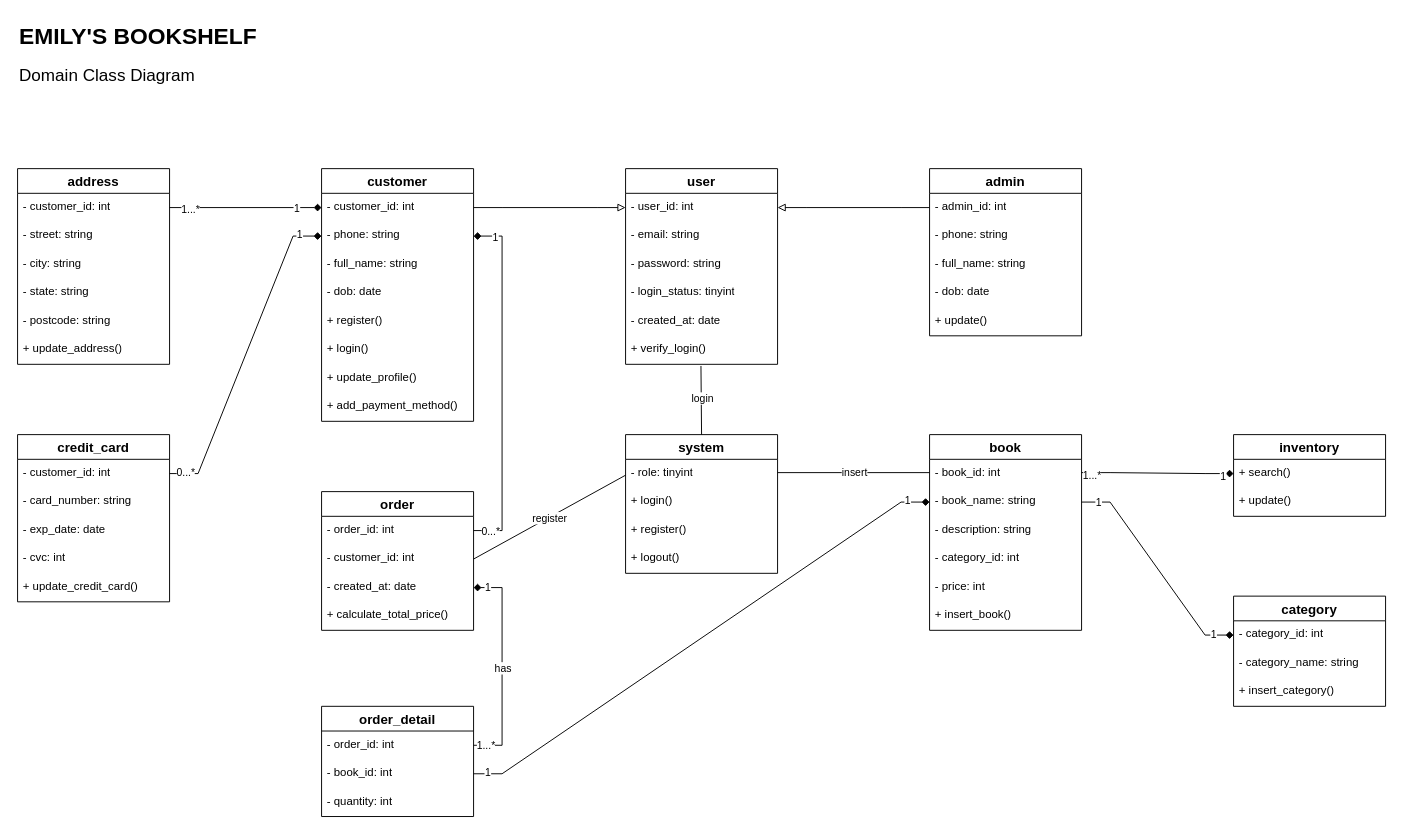
DannyTran3000/er_diagram keeps this draw.io diagram as emily_bookshelf_erd.drawio. Above is the earlier version. Source tidied: cells renumbered, new cells numbered last; positions are measured from the earlier drawing's top-left corner, leaving out a move shared by most shapes. Both pictures are drawn from the tidied source at 95%, with x=0, y=0 at pixel (17, 16).
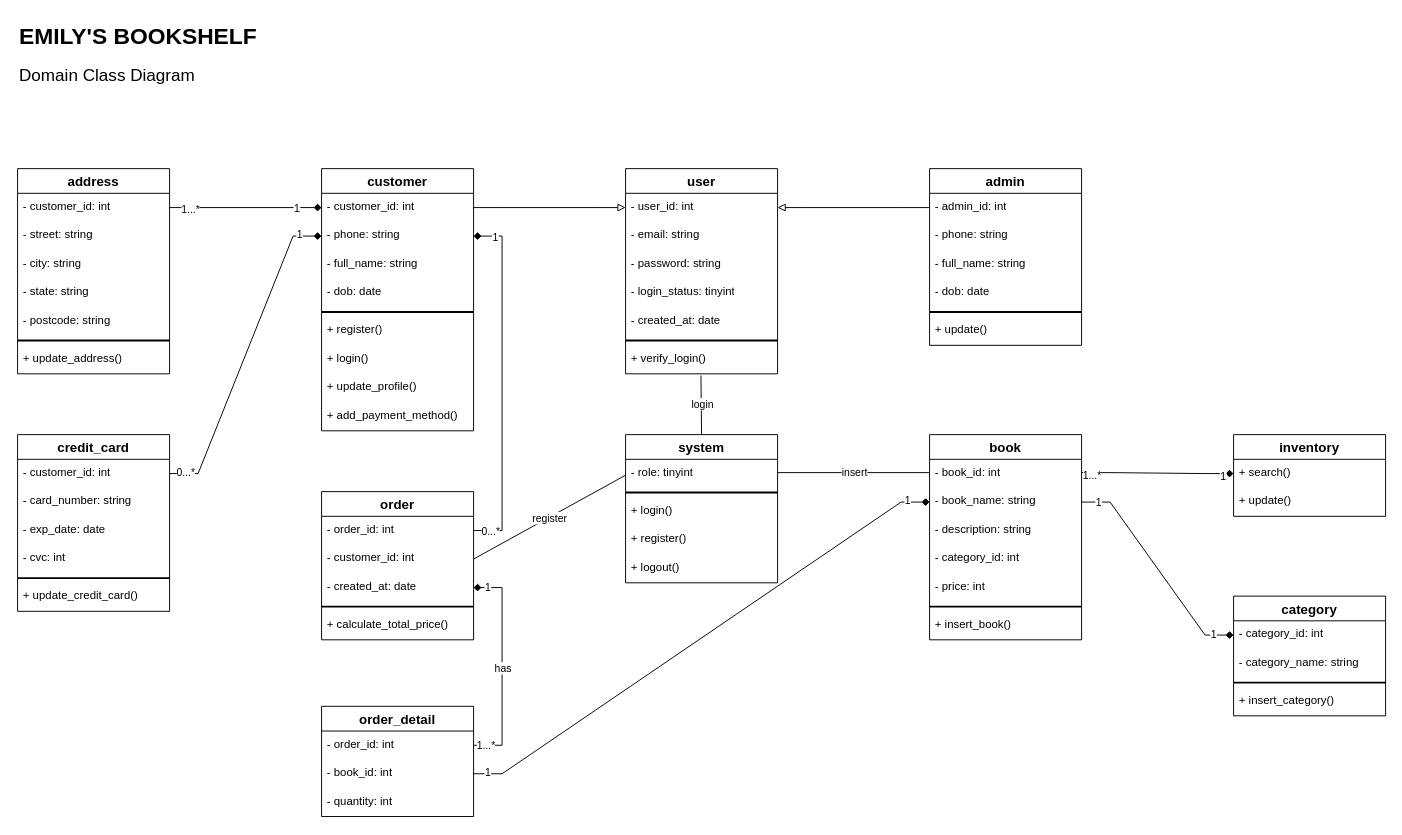
Above is the later version.

Diff of the diagram source:
```diff
@@
     <mxCell id="2" value="customer" style="swimlane;fontStyle=1;horizontal=1;startSize=26;align=center;fontSize=14;" parent="1" vertex="1">
-      <mxGeometry x="320" y="160" width="160" height="266" as="geometry" />
+      <mxGeometry x="320" y="160" width="160" height="276" as="geometry" />
     </mxCell>
@@
+    <mxCell id="98" style="line;strokeWidth=2;html=1;" parent="2" vertex="1">
+      <mxGeometry y="146" width="160" height="10" as="geometry" />
+    </mxCell>
     <mxCell id="7" value="+ register()" style="text;strokeColor=none;fillColor=none;spacingLeft=4;spacingRight=4;overflow=hidden;fontSize=12;whiteSpace=wrap;html=1;" parent="2" vertex="1">
-      <mxGeometry y="146" width="160" height="30" as="geometry" />
+      <mxGeometry y="156" width="160" height="30" as="geometry" />
     </mxCell>
     <mxCell id="8" value="+ login()" style="text;strokeColor=none;fillColor=none;spacingLeft=4;spacingRight=4;overflow=hidden;fontSize=12;whiteSpace=wrap;html=1;" parent="2" vertex="1">
-      <mxGeometry y="176" width="160" height="30" as="geometry" />
+      <mxGeometry y="186" width="160" height="30" as="geometry" />
     </mxCell>
     <mxCell id="9" value="+ update_profile()" style="text;strokeColor=none;fillColor=none;spacingLeft=4;spacingRight=4;overflow=hidden;fontSize=12;whiteSpace=wrap;html=1;" parent="2" vertex="1">
-      <mxGeometry y="206" width="160" height="30" as="geometry" />
+      <mxGeometry y="216" width="160" height="30" as="geometry" />
     </mxCell>
     <mxCell id="10" value="+ add_payment_method()" style="text;strokeColor=none;fillColor=none;spacingLeft=4;spacingRight=4;overflow=hidden;fontSize=12;whiteSpace=wrap;html=1;" parent="2" vertex="1">
-      <mxGeometry y="236" width="160" height="30" as="geometry" />
+      <mxGeometry y="246" width="160" height="30" as="geometry" />
     </mxCell>
     <mxCell id="11" value="address" style="swimlane;fontStyle=1;horizontal=1;startSize=26;align=center;fontSize=14;" parent="1" vertex="1">
-      <mxGeometry y="160" width="160" height="206" as="geometry" />
+      <mxGeometry y="160" width="160" height="216" as="geometry" />
     </mxCell>
@@
+    <mxCell id="99" style="line;strokeWidth=2;html=1;" parent="11" vertex="1">
+      <mxGeometry y="176" width="160" height="10" as="geometry" />
+    </mxCell>
     <mxCell id="17" value="+ update_address()" style="text;strokeColor=none;fillColor=none;spacingLeft=4;spacingRight=4;overflow=hidden;fontSize=12;whiteSpace=wrap;html=1;" parent="11" vertex="1">
-      <mxGeometry y="176" width="160" height="30" as="geometry" />
+      <mxGeometry y="186" width="160" height="30" as="geometry" />
     </mxCell>
     <mxCell id="18" value="credit_card" style="swimlane;fontStyle=1;horizontal=1;startSize=26;align=center;fontSize=14;" parent="1" vertex="1">
-      <mxGeometry y="440" width="160" height="176" as="geometry" />
+      <mxGeometry y="440" width="160" height="186" as="geometry" />
     </mxCell>
@@
+    <mxCell id="100" style="line;strokeWidth=2;html=1;" parent="18" vertex="1">
+      <mxGeometry y="146" width="160" height="10" as="geometry" />
+    </mxCell>
     <mxCell id="23" value="+ update_credit_card()" style="text;strokeColor=none;fillColor=none;spacingLeft=4;spacingRight=4;overflow=hidden;fontSize=12;whiteSpace=wrap;html=1;" parent="18" vertex="1">
-      <mxGeometry y="146" width="160" height="30" as="geometry" />
+      <mxGeometry y="156" width="160" height="30" as="geometry" />
     </mxCell>
@@
     <mxCell id="31" value="user" style="swimlane;fontStyle=1;horizontal=1;startSize=26;align=center;fontSize=14;" parent="1" vertex="1">
-      <mxGeometry x="640" y="160" width="160" height="206" as="geometry" />
+      <mxGeometry x="640" y="160" width="160" height="216" as="geometry" />
     </mxCell>
@@
+    <mxCell id="101" style="line;strokeWidth=2;html=1;" parent="31" vertex="1">
+      <mxGeometry y="176" width="160" height="10" as="geometry" />
+    </mxCell>
     <mxCell id="37" value="+ verify_login()" style="text;strokeColor=none;fillColor=none;spacingLeft=4;spacingRight=4;overflow=hidden;points=[[0,0.5],[1,0.5]];portConstraint=eastwest;fontSize=12;whiteSpace=wrap;html=1;" parent="31" vertex="1">
-      <mxGeometry y="176" width="160" height="30" as="geometry" />
+      <mxGeometry y="186" width="160" height="30" as="geometry" />
     </mxCell>
     <mxCell id="38" value="system" style="swimlane;fontStyle=1;horizontal=1;startSize=26;align=center;fontSize=14;" parent="1" vertex="1">
-      <mxGeometry x="640" y="440" width="160" height="146" as="geometry" />
+      <mxGeometry x="640" y="440" width="160" height="156" as="geometry" />
     </mxCell>
@@
+    <mxCell id="102" style="line;strokeWidth=2;html=1;" parent="38" vertex="1">
+      <mxGeometry y="56" width="160" height="10" as="geometry" />
+    </mxCell>
     <mxCell id="40" value="+ login()" style="text;strokeColor=none;fillColor=none;spacingLeft=4;spacingRight=4;overflow=hidden;fontSize=12;whiteSpace=wrap;html=1;" parent="38" vertex="1">
-      <mxGeometry y="56" width="160" height="30" as="geometry" />
+      <mxGeometry y="66" width="160" height="30" as="geometry" />
     </mxCell>
     <mxCell id="41" value="&lt;div&gt;+ register()&lt;/div&gt;" style="text;strokeColor=none;fillColor=none;spacingLeft=4;spacingRight=4;overflow=hidden;fontSize=12;whiteSpace=wrap;html=1;" parent="38" vertex="1">
-      <mxGeometry y="86" width="160" height="30" as="geometry" />
+      <mxGeometry y="96" width="160" height="30" as="geometry" />
     </mxCell>
     <mxCell id="42" value="+ logout()" style="text;strokeColor=none;fillColor=none;spacingLeft=4;spacingRight=4;overflow=hidden;fontSize=12;whiteSpace=wrap;html=1;" parent="38" vertex="1">
-      <mxGeometry y="116" width="160" height="30" as="geometry" />
+      <mxGeometry y="126" width="160" height="30" as="geometry" />
     </mxCell>
     <mxCell id="43" value="admin" style="swimlane;fontStyle=1;horizontal=1;startSize=26;align=center;fontSize=14;" parent="1" vertex="1">
-      <mxGeometry x="960" y="160" width="160" height="176" as="geometry" />
+      <mxGeometry x="960" y="160" width="160" height="186" as="geometry" />
     </mxCell>
@@
+    <mxCell id="103" style="line;strokeWidth=2;html=1;" parent="43" vertex="1">
+      <mxGeometry y="146" width="160" height="10" as="geometry" />
+    </mxCell>
     <mxCell id="48" value="+ update()" style="text;strokeColor=none;fillColor=none;spacingLeft=4;spacingRight=4;overflow=hidden;fontSize=12;whiteSpace=wrap;html=1;" parent="43" vertex="1">
-      <mxGeometry y="146" width="160" height="30" as="geometry" />
+      <mxGeometry y="156" width="160" height="30" as="geometry" />
     </mxCell>
@@
     <mxCell id="53" value="book" style="swimlane;fontStyle=1;horizontal=1;startSize=26;align=center;fontSize=14;" parent="1" vertex="1">
-      <mxGeometry x="960" y="440" width="160" height="206" as="geometry" />
+      <mxGeometry x="960" y="440" width="160" height="216" as="geometry" />
     </mxCell>
@@
+    <mxCell id="104" style="line;strokeWidth=2;html=1;" parent="53" vertex="1">
+      <mxGeometry y="176" width="160" height="10" as="geometry" />
+    </mxCell>
     <mxCell id="59" value="+ insert_book()" style="text;strokeColor=none;fillColor=none;spacingLeft=4;spacingRight=4;overflow=hidden;fontSize=12;whiteSpace=wrap;html=1;" parent="53" vertex="1">
-      <mxGeometry y="176" width="160" height="30" as="geometry" />
+      <mxGeometry y="186" width="160" height="30" as="geometry" />
     </mxCell>
     <mxCell id="60" value="category" style="swimlane;fontStyle=1;horizontal=1;startSize=26;align=center;fontSize=14;" parent="1" vertex="1">
-      <mxGeometry x="1280" y="610" width="160" height="116" as="geometry" />
+      <mxGeometry x="1280" y="610" width="160" height="126" as="geometry" />
     </mxCell>
@@
+    <mxCell id="105" style="line;strokeWidth=2;html=1;" parent="60" vertex="1">
+      <mxGeometry y="86" width="160" height="10" as="geometry" />
+    </mxCell>
     <mxCell id="63" value="+ insert_category()" style="text;strokeColor=none;fillColor=none;spacingLeft=4;spacingRight=4;overflow=hidden;fontSize=12;whiteSpace=wrap;html=1;" parent="60" vertex="1">
-      <mxGeometry y="86" width="160" height="30" as="geometry" />
+      <mxGeometry y="96" width="160" height="30" as="geometry" />
     </mxCell>
@@
     <mxCell id="75" value="order" style="swimlane;fontStyle=1;horizontal=1;startSize=26;align=center;fontSize=14;" parent="1" vertex="1">
-      <mxGeometry x="320" y="500" width="160" height="146" as="geometry" />
+      <mxGeometry x="320" y="500" width="160" height="156" as="geometry" />
     </mxCell>
@@
+    <mxCell id="106" style="line;strokeWidth=2;html=1;" parent="75" vertex="1">
+      <mxGeometry y="116" width="160" height="10" as="geometry" />
+    </mxCell>
     <mxCell id="79" value="+ calculate_total_price()" style="text;strokeColor=none;fillColor=none;spacingLeft=4;spacingRight=4;overflow=hidden;fontSize=12;whiteSpace=wrap;html=1;" parent="75" vertex="1">
-      <mxGeometry y="116" width="160" height="30" as="geometry" />
+      <mxGeometry y="126" width="160" height="30" as="geometry" />
     </mxCell>
```
